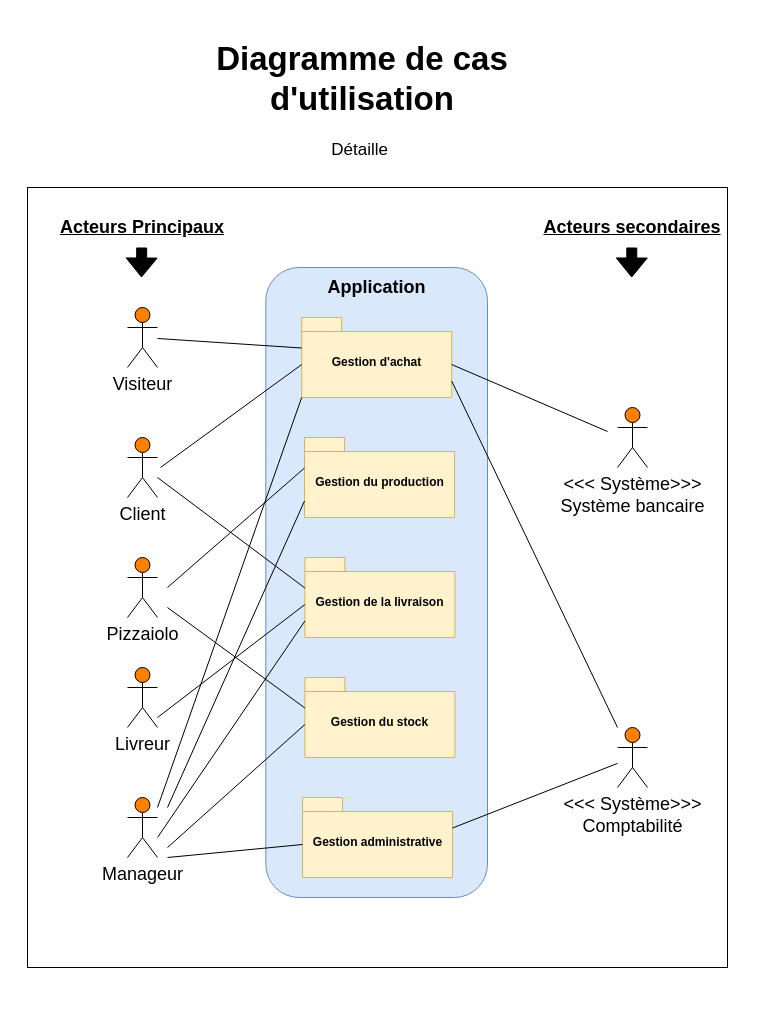
This is page "Gestion d'achat" (1 of 5) of Use case Diagram.drawio from Maayaavi/OC_Project_4, a draw.io file, before an edit. Source tidied: cells renumbered, new cells numbered last; positions are measured from the earlier drawing's top-left corner, leaving out a move shared by most shapes. Both pictures are drawn from the tidied source at 100%, with x=0, y=0 at pixel (17, 27).
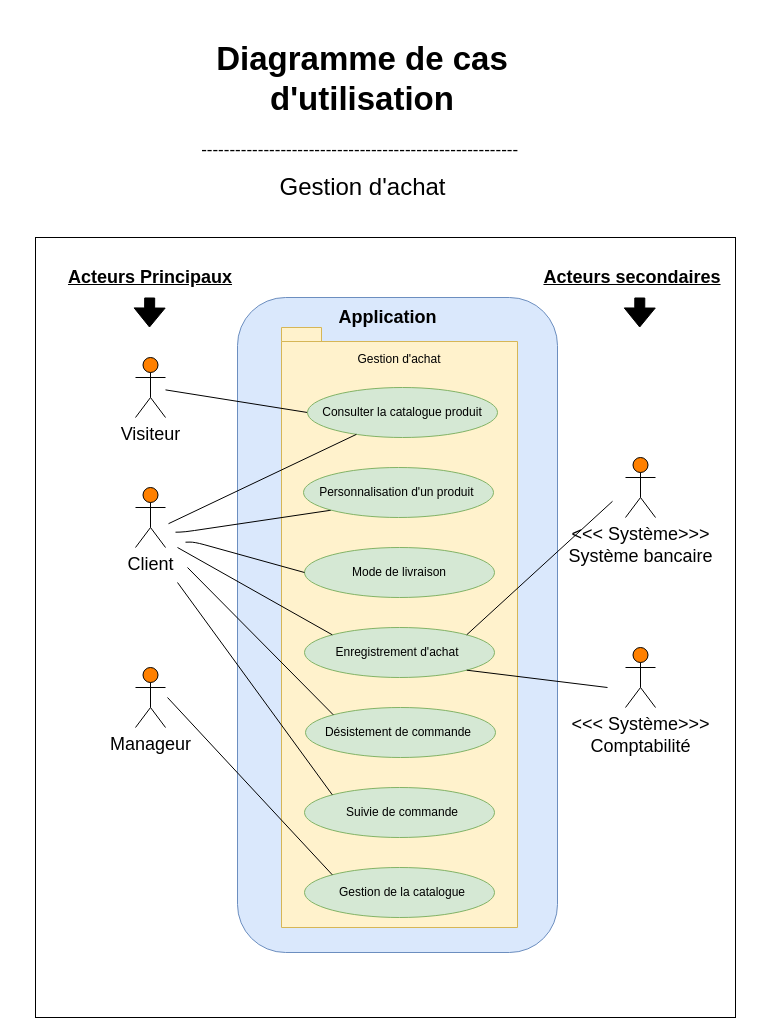
After the change.

What changed in the source:
```diff
@@
     <mxCell id="2" style="whiteSpace=wrap;html=1;" parent="1" vertex="1">
-      <mxGeometry x="10" y="160" width="700" height="780" as="geometry" />
+      <mxGeometry x="18" y="210" width="700" height="780" as="geometry" />
     </mxCell>
-    <mxCell id="3" value="&lt;h1 style=&quot;font-size: 33px&quot;&gt;Diagramme de cas d'utilisation&lt;/h1&gt;&lt;p style=&quot;font-size: 17px&quot;&gt;Détaille&amp;nbsp;&lt;/p&gt;" style="text;html=1;strokeColor=none;fillColor=none;spacing=5;spacingTop=-20;whiteSpace=wrap;overflow=hidden;rounded=0;align=center;" parent="1" vertex="1">
+    <mxCell id="3" value="&lt;h1 style=&quot;font-size: 33px&quot;&gt;Diagramme de cas d'utilisation&lt;/h1&gt;&lt;span style=&quot;font-size: 17px&quot;&gt;--------------------------------------------------------&amp;nbsp;&lt;/span&gt;&lt;p style=&quot;font-size: 17px&quot;&gt;&amp;nbsp;&lt;/p&gt;" style="text;html=1;strokeColor=none;fillColor=none;spacing=5;spacingTop=-20;whiteSpace=wrap;overflow=hidden;rounded=0;align=center;" parent="1" vertex="1">
       <mxGeometry x="140" width="410" height="150" as="geometry" />
     </mxCell>
     <mxCell id="4" style="rounded=1;whiteSpace=wrap;html=1;fillColor=#dae8fc;strokeColor=#6c8ebf;" parent="1" vertex="1">
-      <mxGeometry x="248.3" y="240" width="221.7" height="630" as="geometry" />
+      <mxGeometry x="220" y="270" width="320" height="655" as="geometry" />
     </mxCell>
     <mxCell id="5" value="Application&amp;nbsp;" style="text;html=1;strokeColor=none;fillColor=none;align=center;verticalAlign=middle;whiteSpace=wrap;rounded=0;fontSize=18;fontStyle=1;glass=0;gradientColor=none;" parent="1" vertex="1">
-      <mxGeometry x="282" y="230" width="160" height="60" as="geometry" />
+      <mxGeometry x="293" y="260" width="160" height="60" as="geometry" />
     </mxCell>
     <mxCell id="6" value="Visiteur" style="shape=umlActor;verticalLabelPosition=bottom;labelBackgroundColor=#ffffff;verticalAlign=top;html=1;outlineConnect=0;fontSize=18;fillColor=#FF8000;" parent="1" vertex="1">
-      <mxGeometry x="110" y="280" width="30" height="60" as="geometry" />
+      <mxGeometry x="118" y="330" width="30" height="60" as="geometry" />
     </mxCell>
     <mxCell id="7" value="Client" style="shape=umlActor;verticalLabelPosition=bottom;labelBackgroundColor=#ffffff;verticalAlign=top;html=1;fontSize=18;fillColor=#FF8000;" parent="1" vertex="1">
-      <mxGeometry x="110" y="410" width="30" height="60" as="geometry" />
+      <mxGeometry x="118" y="460" width="30" height="60" as="geometry" />
     </mxCell>
-    <mxCell id="8" value="Pizzaiolo" style="shape=umlActor;verticalLabelPosition=bottom;labelBackgroundColor=#ffffff;verticalAlign=top;html=1;fontSize=18;fillColor=#FF8000;" parent="1" vertex="1">
-      <mxGeometry x="110" y="530" width="30" height="60" as="geometry" />
-    </mxCell>
-    <mxCell id="9" value="Livreur" style="shape=umlActor;verticalLabelPosition=bottom;labelBackgroundColor=#ffffff;verticalAlign=top;html=1;fontSize=18;fillColor=#FF8000;" parent="1" vertex="1">
-      <mxGeometry x="110" y="640" width="30" height="60" as="geometry" />
-    </mxCell>
     <mxCell id="10" value="Manageur" style="shape=umlActor;verticalLabelPosition=bottom;labelBackgroundColor=#ffffff;verticalAlign=top;html=1;fontSize=18;fillColor=#FF8000;" parent="1" vertex="1">
-      <mxGeometry x="110" y="770" width="30" height="60" as="geometry" />
+      <mxGeometry x="118" y="640" width="30" height="60" as="geometry" />
     </mxCell>
     <mxCell id="11" value="&amp;lt;&amp;lt;&amp;lt; Système&amp;gt;&amp;gt;&amp;gt;&lt;br&gt;Système bancaire" style="shape=umlActor;verticalLabelPosition=bottom;labelBackgroundColor=#ffffff;verticalAlign=top;html=1;fontSize=18;gradientColor=none;gradientDirection=north;fillColor=#FF8000;" parent="1" vertex="1">
-      <mxGeometry x="600" y="380" width="30" height="60" as="geometry" />
+      <mxGeometry x="608" y="430" width="30" height="60" as="geometry" />
     </mxCell>
     <mxCell id="12" value="&amp;lt;&amp;lt;&amp;lt; Système&amp;gt;&amp;gt;&amp;gt;&lt;br&gt;Comptabilité" style="shape=umlActor;verticalLabelPosition=bottom;labelBackgroundColor=#ffffff;verticalAlign=top;html=1;outlineConnect=0;fontSize=18;gradientColor=none;gradientDirection=north;fillColor=#FF8000;" parent="1" vertex="1">
-      <mxGeometry x="600" y="700" width="30" height="60" as="geometry" />
+      <mxGeometry x="608" y="620" width="30" height="60" as="geometry" />
     </mxCell>
     <mxCell id="13" value="Acteurs Principaux" style="text;html=1;strokeColor=none;fillColor=none;align=center;verticalAlign=middle;whiteSpace=wrap;rounded=0;glass=0;fontSize=18;fontStyle=5;" parent="1" vertex="1">
-      <mxGeometry y="190" width="250" height="20" as="geometry" />
+      <mxGeometry x="8" y="240" width="250" height="20" as="geometry" />
     </mxCell>
     <mxCell id="14" value="Acteurs secondaires" style="text;html=1;strokeColor=none;fillColor=none;align=center;verticalAlign=middle;whiteSpace=wrap;rounded=0;glass=0;fontSize=18;fontStyle=5;" parent="1" vertex="1">
-      <mxGeometry x="490" y="190" width="250" height="20" as="geometry" />
+      <mxGeometry x="490" y="240" width="250" height="20" as="geometry" />
     </mxCell>
     <mxCell id="15" style="shape=flexArrow;endArrow=classic;html=1;strokeColor=#000000;fontSize=18;fillColor=#000000;" parent="1" edge="1">
       <mxGeometry relative="1" as="geometry">
-        <mxPoint x="124.2" y="220" as="sourcePoint" />
-        <mxPoint x="124" y="250" as="targetPoint" />
+        <mxPoint x="132.2" y="270" as="sourcePoint" />
+        <mxPoint x="132" y="300" as="targetPoint" />
       </mxGeometry>
     </mxCell>
     <mxCell id="16" style="shape=flexArrow;endArrow=classic;html=1;strokeColor=#000000;fontSize=18;fillColor=#000000;" parent="1" edge="1">
       <mxGeometry relative="1" as="geometry">
-        <mxPoint x="614.3" y="220" as="sourcePoint" />
-        <mxPoint x="614.2" y="250" as="targetPoint" />
+        <mxPoint x="622.3" y="270" as="sourcePoint" />
+        <mxPoint x="622.2" y="300" as="targetPoint" />
       </mxGeometry>
     </mxCell>
-    <mxCell id="17" value="Gestion d'achat" style="shape=folder;fontStyle=1;spacingTop=10;tabWidth=40;tabHeight=14;tabPosition=left;html=1;fillColor=#fff2cc;strokeColor=#d6b656;" parent="1" vertex="1">
-      <mxGeometry x="284.2" y="290" width="150" height="80" as="geometry" />
+    <mxCell id="17" style="shape=folder;fontStyle=1;spacingTop=10;tabWidth=40;tabHeight=14;tabPosition=left;html=1;fillColor=#fff2cc;strokeColor=#d6b656;" parent="1" vertex="1">
+      <mxGeometry x="264" y="300" width="236" height="600" as="geometry" />
     </mxCell>
-    <mxCell id="18" value="Gestion du production" style="shape=folder;fontStyle=1;spacingTop=10;tabWidth=40;tabHeight=14;tabPosition=left;html=1;fillColor=#fff2cc;strokeColor=#d6b656;" parent="1" vertex="1">
-      <mxGeometry x="287" y="410" width="150" height="80" as="geometry" />
-    </mxCell>
-    <mxCell id="19" value="Gestion de la livraison" style="shape=folder;fontStyle=1;spacingTop=10;tabWidth=40;tabHeight=14;tabPosition=left;html=1;fillColor=#fff2cc;strokeColor=#d6b656;" parent="1" vertex="1">
-      <mxGeometry x="287.4" y="530" width="150" height="80" as="geometry" />
-    </mxCell>
-    <mxCell id="20" value="Gestion du stock" style="shape=folder;fontStyle=1;spacingTop=10;tabWidth=40;tabHeight=14;tabPosition=left;html=1;fillColor=#fff2cc;strokeColor=#d6b656;" parent="1" vertex="1">
-      <mxGeometry x="287.4" y="650" width="150" height="80" as="geometry" />
-    </mxCell>
-    <mxCell id="21" style="endArrow=none;html=1;entryX=0;entryY=0;entryDx=0;entryDy=30.5;entryPerimeter=0;" parent="1" edge="1" source="6" target="17">
+    <mxCell id="21" style="endArrow=none;html=1;entryX=0;entryY=0.5;entryDx=0;entryDy=0;" parent="1" edge="1" source="6" target="37">
       <mxGeometry relative="1" as="geometry" />
     </mxCell>
-    <mxCell id="22" style="endArrow=none;html=1;entryX=0;entryY=0;entryDx=0;entryDy=47;entryPerimeter=0;" parent="1" edge="1" target="17">
-      <mxGeometry relative="1" as="geometry">
-        <mxPoint x="143" y="440" as="sourcePoint" />
-      </mxGeometry>
-    </mxCell>
-    <mxCell id="23" style="endArrow=none;html=1;entryX=0;entryY=0;entryDx=0;entryDy=30.5;entryPerimeter=0;" parent="1" edge="1" target="18">
-      <mxGeometry relative="1" as="geometry">
-        <mxPoint x="150" y="560" as="sourcePoint" />
-      </mxGeometry>
-    </mxCell>
-    <mxCell id="24" style="endArrow=none;html=1;entryX=0;entryY=0;entryDx=0;entryDy=63.5;entryPerimeter=0;" parent="1" edge="1" target="18">
-      <mxGeometry relative="1" as="geometry">
-        <mxPoint x="150" y="780" as="sourcePoint" />
-      </mxGeometry>
-    </mxCell>
-    <mxCell id="25" style="endArrow=none;html=1;entryX=0;entryY=0;entryDx=0;entryDy=80;entryPerimeter=0;" parent="1" edge="1" target="17">
-      <mxGeometry relative="1" as="geometry">
-        <mxPoint x="140" y="780" as="sourcePoint" />
-      </mxGeometry>
-    </mxCell>
-    <mxCell id="26" style="endArrow=none;html=1;exitX=0;exitY=0;exitDx=150;exitDy=47;exitPerimeter=0;" parent="1" edge="1" source="17">
-      <mxGeometry relative="1" as="geometry">
-        <mxPoint x="590" y="404" as="targetPoint" />
-      </mxGeometry>
-    </mxCell>
-    <mxCell id="27" style="endArrow=none;html=1;exitX=0;exitY=0;exitDx=150;exitDy=63.5;exitPerimeter=0;" parent="1" edge="1" source="17">
-      <mxGeometry relative="1" as="geometry">
-        <mxPoint x="600" y="700" as="targetPoint" />
-      </mxGeometry>
-    </mxCell>
-    <mxCell id="28" style="endArrow=none;html=1;entryX=0;entryY=0;entryDx=0;entryDy=47;entryPerimeter=0;" parent="1" edge="1" target="19">
-      <mxGeometry relative="1" as="geometry">
-        <mxPoint x="140" y="690" as="sourcePoint" />
-      </mxGeometry>
-    </mxCell>
-    <mxCell id="29" style="endArrow=none;html=1;entryX=0;entryY=0;entryDx=0;entryDy=30.5;entryPerimeter=0;" parent="1" edge="1" target="19">
-      <mxGeometry relative="1" as="geometry">
-        <mxPoint x="140" y="450" as="sourcePoint" />
-      </mxGeometry>
-    </mxCell>
-    <mxCell id="30" style="endArrow=none;html=1;entryX=0;entryY=0;entryDx=0;entryDy=30.5;entryPerimeter=0;" parent="1" edge="1" target="20">
-      <mxGeometry relative="1" as="geometry">
-        <mxPoint x="150" y="580" as="sourcePoint" />
-      </mxGeometry>
-    </mxCell>
-    <mxCell id="31" style="endArrow=none;html=1;entryX=0;entryY=0;entryDx=0;entryDy=47;entryPerimeter=0;" parent="1" edge="1" target="20">
-      <mxGeometry relative="1" as="geometry">
-        <mxPoint x="150" y="820" as="sourcePoint" />
-      </mxGeometry>
-    </mxCell>
-    <mxCell id="32" style="endArrow=none;html=1;entryX=0;entryY=0;entryDx=0;entryDy=63.5;entryPerimeter=0;" parent="1" edge="1" target="19">
-      <mxGeometry relative="1" as="geometry">
-        <mxPoint x="140" y="810" as="sourcePoint" />
-      </mxGeometry>
-    </mxCell>
-    <mxCell id="33" value="Gestion administrative" style="shape=folder;fontStyle=1;spacingTop=10;tabWidth=40;tabHeight=14;tabPosition=left;html=1;fillColor=#fff2cc;strokeColor=#d6b656;" parent="1" vertex="1">
-      <mxGeometry x="285" y="770" width="150" height="80" as="geometry" />
-    </mxCell>
-    <mxCell id="34" style="endArrow=none;html=1;entryX=0;entryY=0;entryDx=0;entryDy=47;entryPerimeter=0;" parent="1" edge="1" target="33">
-      <mxGeometry relative="1" as="geometry">
-        <mxPoint x="150" y="830" as="sourcePoint" />
-      </mxGeometry>
-    </mxCell>
-    <mxCell id="35" style="endArrow=none;html=1;exitX=0;exitY=0;exitDx=150;exitDy=30.5;exitPerimeter=0;" parent="1" edge="1" source="33" target="12">
-      <mxGeometry relative="1" as="geometry" />
-    </mxCell>
+    <mxCell id="36" value="Gestion d'achat" style="text;html=1;strokeColor=none;fillColor=none;align=center;verticalAlign=middle;whiteSpace=wrap;rounded=0;" parent="1" vertex="1">
+      <mxGeometry x="332" y="322" width="100" height="20" as="geometry" />
+    </mxCell>
+    <mxCell id="37" style="ellipse;whiteSpace=wrap;html=1;fillColor=#d5e8d4;strokeColor=#82b366;" parent="1" vertex="1">
+      <mxGeometry x="290" y="360" width="190" height="50" as="geometry" />
+    </mxCell>
+    <mxCell id="38" value="Consulter la catalogue produit" style="text;html=1;strokeColor=none;fillColor=none;align=center;verticalAlign=middle;whiteSpace=wrap;rounded=0;" parent="1" vertex="1">
+      <mxGeometry x="280" y="375" width="210" height="20" as="geometry" />
+    </mxCell>
+    <mxCell id="39" style="ellipse;whiteSpace=wrap;html=1;fillColor=#d5e8d4;strokeColor=#82b366;" parent="1" vertex="1">
+      <mxGeometry x="287" y="600" width="190" height="50" as="geometry" />
+    </mxCell>
+    <mxCell id="40" value="Enregistrement d'achat" style="text;html=1;strokeColor=none;fillColor=none;align=center;verticalAlign=middle;whiteSpace=wrap;rounded=0;" parent="1" vertex="1">
+      <mxGeometry x="275" y="615" width="210" height="20" as="geometry" />
+    </mxCell>
+    <mxCell id="41" style="endArrow=none;html=1;" parent="1" edge="1" target="37">
+      <mxGeometry relative="1" as="geometry">
+        <mxPoint x="151" y="496.2" as="sourcePoint" />
+      </mxGeometry>
+    </mxCell>
+    <mxCell id="42" style="endArrow=none;html=1;entryX=0;entryY=0.5;entryDx=0;entryDy=0;exitX=1;exitY=0;exitDx=0;exitDy=0;" parent="1" edge="1" source="39">
+      <mxGeometry relative="1" as="geometry">
+        <mxPoint x="595" y="473.8" as="targetPoint" />
+      </mxGeometry>
+    </mxCell>
+    <mxCell id="43" style="endArrow=none;html=1;entryX=0;entryY=0;entryDx=0;entryDy=0;" parent="1" edge="1" target="39">
+      <mxGeometry relative="1" as="geometry">
+        <mxPoint x="160" y="520" as="sourcePoint" />
+      </mxGeometry>
+    </mxCell>
+    <mxCell id="44" style="ellipse;whiteSpace=wrap;html=1;fillColor=#d5e8d4;strokeColor=#82b366;" parent="1" vertex="1">
+      <mxGeometry x="287" y="840" width="190" height="50" as="geometry" />
+    </mxCell>
+    <mxCell id="45" value="Gestion de la catalogue" style="text;html=1;strokeColor=none;fillColor=none;align=center;verticalAlign=middle;whiteSpace=wrap;rounded=0;" parent="1" vertex="1">
+      <mxGeometry x="280" y="855" width="210" height="20" as="geometry" />
+    </mxCell>
+    <mxCell id="46" style="endArrow=none;html=1;entryX=0;entryY=0;entryDx=0;entryDy=0;" parent="1" edge="1" target="44">
+      <mxGeometry relative="1" as="geometry">
+        <mxPoint x="150" y="670" as="sourcePoint" />
+      </mxGeometry>
+    </mxCell>
+    <mxCell id="47" style="endArrow=none;html=1;exitX=1;exitY=1;exitDx=0;exitDy=0;" parent="1" edge="1" source="39">
+      <mxGeometry relative="1" as="geometry">
+        <mxPoint x="590" y="660" as="targetPoint" />
+      </mxGeometry>
+    </mxCell>
+    <mxCell id="48" style="ellipse;whiteSpace=wrap;html=1;fillColor=#d5e8d4;strokeColor=#82b366;" parent="1" vertex="1">
+      <mxGeometry x="287" y="520" width="190" height="50" as="geometry" />
+    </mxCell>
+    <mxCell id="49" value="Mode de livraison" style="text;html=1;strokeColor=none;fillColor=none;align=center;verticalAlign=middle;whiteSpace=wrap;rounded=0;" parent="1" vertex="1">
+      <mxGeometry x="277" y="535" width="210" height="20" as="geometry" />
+    </mxCell>
+    <mxCell id="50" style="endArrow=none;html=1;entryX=0;entryY=1;entryDx=0;entryDy=0;" parent="1" edge="1" target="54">
+      <mxGeometry relative="1" as="geometry">
+        <mxPoint x="158" y="504.7" as="sourcePoint" />
+        <Array as="points">
+          <mxPoint x="167" y="504.5" />
+        </Array>
+      </mxGeometry>
+    </mxCell>
+    <mxCell id="51" style="ellipse;whiteSpace=wrap;html=1;fillColor=#d5e8d4;strokeColor=#82b366;" parent="1" vertex="1">
+      <mxGeometry x="288" y="680" width="190" height="50" as="geometry" />
+    </mxCell>
+    <mxCell id="52" value="Désistement de commande" style="text;html=1;strokeColor=none;fillColor=none;align=center;verticalAlign=middle;whiteSpace=wrap;rounded=0;" parent="1" vertex="1">
+      <mxGeometry x="276" y="695" width="210" height="20" as="geometry" />
+    </mxCell>
+    <mxCell id="53" style="endArrow=none;html=1;entryX=0;entryY=0;entryDx=0;entryDy=0;" parent="1" edge="1" target="51">
+      <mxGeometry relative="1" as="geometry">
+        <mxPoint x="170" y="540" as="sourcePoint" />
+      </mxGeometry>
+    </mxCell>
+    <mxCell id="54" style="ellipse;whiteSpace=wrap;html=1;fillColor=#d5e8d4;strokeColor=#82b366;" parent="1" vertex="1">
+      <mxGeometry x="286" y="440" width="190" height="50" as="geometry" />
+    </mxCell>
+    <mxCell id="55" value="Personnalisation d'un produit&amp;nbsp;" style="text;html=1;strokeColor=none;fillColor=none;align=center;verticalAlign=middle;whiteSpace=wrap;rounded=0;" parent="1" vertex="1">
+      <mxGeometry x="276" y="455" width="210" height="20" as="geometry" />
+    </mxCell>
+    <mxCell id="56" style="endArrow=none;html=1;entryX=0;entryY=0.5;entryDx=0;entryDy=0;" parent="1" edge="1" target="48">
+      <mxGeometry relative="1" as="geometry">
+        <mxPoint x="168" y="514.7" as="sourcePoint" />
+        <Array as="points">
+          <mxPoint x="177" y="514.5" />
+        </Array>
+      </mxGeometry>
+    </mxCell>
+    <mxCell id="57" style="ellipse;whiteSpace=wrap;html=1;fillColor=#d5e8d4;strokeColor=#82b366;" parent="1" vertex="1">
+      <mxGeometry x="287" y="760" width="190" height="50" as="geometry" />
+    </mxCell>
+    <mxCell id="58" value="Suivie de commande" style="text;html=1;strokeColor=none;fillColor=none;align=center;verticalAlign=middle;whiteSpace=wrap;rounded=0;" parent="1" vertex="1">
+      <mxGeometry x="280" y="775" width="210" height="20" as="geometry" />
+    </mxCell>
+    <mxCell id="59" style="endArrow=none;html=1;entryX=0;entryY=0;entryDx=0;entryDy=0;" parent="1" edge="1" target="57">
+      <mxGeometry relative="1" as="geometry">
+        <mxPoint x="160" y="555" as="sourcePoint" />
+      </mxGeometry>
+    </mxCell>
+    <mxCell id="60" value="Gestion d'achat" style="text;html=1;strokeColor=none;fillColor=none;align=center;verticalAlign=middle;whiteSpace=wrap;rounded=0;fontSize=24;" parent="1" vertex="1">
+      <mxGeometry x="190.5" y="150" width="309" height="20" as="geometry" />
+    </mxCell>
```
